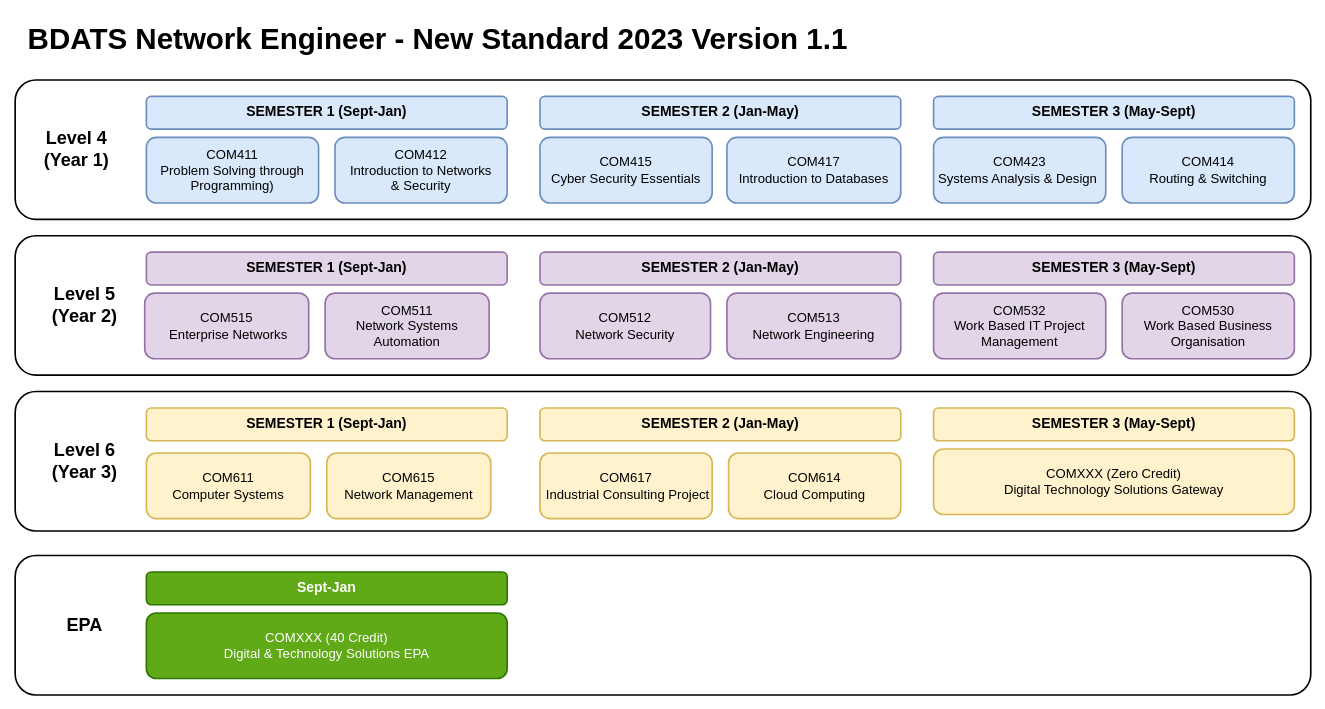
Above: page "BDATS_NETWORK" (3 of 4) of BDATS_SEM_1_2023-24.drawio in martinsolent/solent_diagrams (draw.io), before the change. Source tidied: cells renumbered, new cells numbered last; positions are measured from the earlier drawing's top-left corner, leaving out a move shared by most shapes. Both pictures are drawn from the tidied source at 82%, with x=0, y=0 at pixel (15, 14).
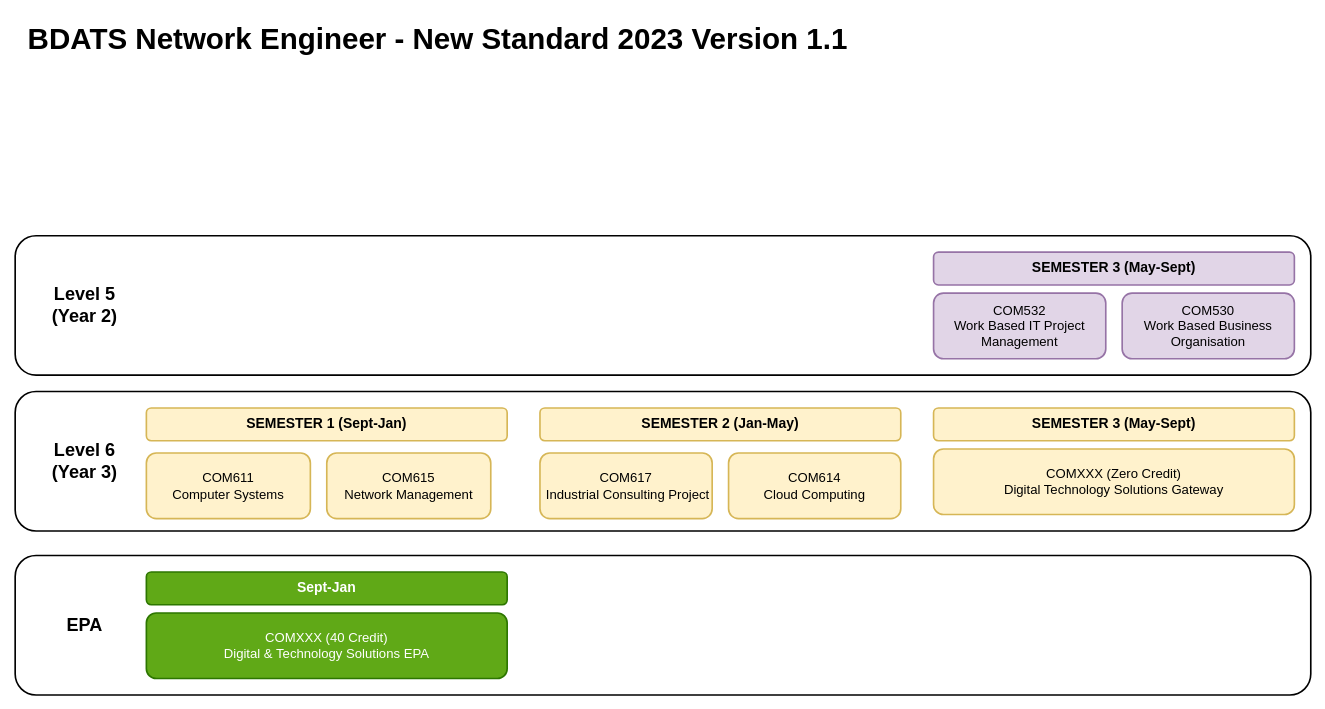
The same page after the edit.

Diff of the diagram source:
```diff
@@
-    <mxCell id="4" style="rounded=1;whiteSpace=wrap;html=1;strokeWidth=2;" parent="1" vertex="1">
-      <mxGeometry y="80" width="1580" height="170" as="geometry" />
-    </mxCell>
-    <mxCell id="5" value="&lt;font&gt;&lt;span style=&quot;font-size: 16px&quot;&gt;COM411&lt;br&gt;Problem Solving through Programming)&lt;/span&gt;&lt;/font&gt;" style="rounded=1;whiteSpace=wrap;html=1;fillColor=#dae8fc;strokeColor=#6c8ebf;strokeWidth=2;" parent="1" vertex="1">
-      <mxGeometry x="160" y="150" width="210" height="80" as="geometry" />
-    </mxCell>
-    <mxCell id="6" value="&lt;span style=&quot;font-size: 16px&quot;&gt;COM412&lt;br&gt;Introduction to Networks&lt;br&gt;&amp;amp; Security&lt;/span&gt;" style="rounded=1;whiteSpace=wrap;html=1;fillColor=#dae8fc;strokeColor=#6c8ebf;strokeWidth=2;" parent="1" vertex="1">
-      <mxGeometry x="390" y="150" width="210" height="80" as="geometry" />
-    </mxCell>
-    <mxCell id="7" value="&lt;font style=&quot;font-size: 17px;&quot;&gt;&lt;b&gt;SEMESTER 1 (Sept-Jan)&lt;/b&gt;&lt;/font&gt;" style="rounded=1;whiteSpace=wrap;html=1;fillColor=#dae8fc;strokeColor=#6c8ebf;strokeWidth=2;" parent="1" vertex="1">
-      <mxGeometry x="160" y="100" width="440" height="40" as="geometry" />
-    </mxCell>
-    <mxCell id="8" value="&lt;font style=&quot;font-size: 16px;&quot;&gt;COM417&lt;br style=&quot;border-color: var(--border-color);&quot;&gt;Introduction to Databases&lt;/font&gt;" style="rounded=1;whiteSpace=wrap;html=1;fillColor=#dae8fc;strokeColor=#6c8ebf;strokeWidth=2;" parent="1" vertex="1">
-      <mxGeometry x="868" y="150" width="212" height="80" as="geometry" />
-    </mxCell>
-    <mxCell id="9" value="&lt;b style=&quot;border-color: var(--border-color); font-size: 17px;&quot;&gt;SEMESTER 2 (Jan-May)&lt;/b&gt;" style="rounded=1;whiteSpace=wrap;html=1;fillColor=#dae8fc;strokeColor=#6c8ebf;strokeWidth=2;" parent="1" vertex="1">
-      <mxGeometry x="640" y="100" width="440" height="40" as="geometry" />
-    </mxCell>
-    <mxCell id="10" value="&lt;font style=&quot;font-size: 16px;&quot;&gt;COM423&lt;br style=&quot;border-color: var(--border-color);&quot;&gt;Systems Analysis &amp;amp; Design&amp;nbsp;&lt;span style=&quot;font-size: 16px&quot;&gt;&lt;br&gt;&lt;/span&gt;&lt;/font&gt;" style="rounded=1;whiteSpace=wrap;html=1;fillColor=#dae8fc;strokeColor=#6c8ebf;strokeWidth=2;" parent="1" vertex="1">
-      <mxGeometry x="1120" y="150" width="210" height="80" as="geometry" />
-    </mxCell>
-    <mxCell id="11" value="&lt;b style=&quot;border-color: var(--border-color); font-size: 17px;&quot;&gt;SEMESTER 3 (May-Sept)&lt;/b&gt;" style="rounded=1;whiteSpace=wrap;html=1;fillColor=#dae8fc;strokeColor=#6c8ebf;strokeWidth=2;" parent="1" vertex="1">
-      <mxGeometry x="1120" y="100" width="440" height="40" as="geometry" />
-    </mxCell>
-    <mxCell id="12" value="&lt;font style=&quot;font-size: 17px;&quot;&gt;&lt;b&gt;SEMESTER 1 (Sept-Jan)&lt;/b&gt;&lt;/font&gt;" style="rounded=1;whiteSpace=wrap;html=1;fillColor=#e1d5e7;strokeColor=#9673a6;strokeWidth=2;" parent="1" vertex="1">
-      <mxGeometry x="160" y="290" width="440" height="40" as="geometry" />
-    </mxCell>
-    <mxCell id="13" value="&lt;b style=&quot;border-color: var(--border-color); font-size: 17px;&quot;&gt;SEMESTER 2 (Jan-May)&lt;/b&gt;" style="rounded=1;whiteSpace=wrap;html=1;fillColor=#e1d5e7;strokeColor=#9673a6;strokeWidth=2;" parent="1" vertex="1">
-      <mxGeometry x="640" y="290" width="440" height="40" as="geometry" />
-    </mxCell>
@@
-    <mxCell id="18" value="&lt;b style=&quot;font-size: 22px;&quot;&gt;Level 4&lt;br&gt;(Year 1)&lt;/b&gt;" style="text;html=1;align=center;verticalAlign=middle;whiteSpace=wrap;rounded=0;" parent="1" vertex="1">
-      <mxGeometry x="20" y="135" width="110" height="60" as="geometry" />
-    </mxCell>
@@
-    <mxCell id="30" value="&lt;font&gt;&lt;span style=&quot;font-size: 16px&quot;&gt;COM515&lt;br&gt;&amp;nbsp;Enterprise Networks&lt;br&gt;&lt;/span&gt;&lt;/font&gt;" style="rounded=1;whiteSpace=wrap;html=1;fillColor=#e1d5e7;strokeColor=#9673a6;strokeWidth=2;" parent="1" vertex="1">
-      <mxGeometry x="158" y="340" width="200" height="80" as="geometry" />
-    </mxCell>
-    <mxCell id="31" value="&lt;span style=&quot;font-size: 16px;&quot;&gt;COM511&lt;br&gt;Network Systems Automation&lt;/span&gt;" style="rounded=1;whiteSpace=wrap;html=1;fillColor=#e1d5e7;strokeColor=#9673a6;strokeWidth=2;" parent="1" vertex="1">
-      <mxGeometry x="378" y="340" width="200" height="80" as="geometry" />
-    </mxCell>
@@
-    <mxCell id="34" value="&lt;font style=&quot;font-size: 16px;&quot;&gt;COM512&lt;br&gt;Network Security&lt;span style=&quot;font-size: 16px&quot;&gt;&lt;br&gt;&lt;/span&gt;&lt;/font&gt;" style="rounded=1;whiteSpace=wrap;html=1;fillColor=#e1d5e7;strokeColor=#9673a6;strokeWidth=2;" parent="1" vertex="1">
-      <mxGeometry x="640" y="340" width="208" height="80" as="geometry" />
-    </mxCell>
-    <mxCell id="35" value="&lt;font style=&quot;font-size: 16px;&quot;&gt;COM513&lt;br&gt;Network Engineering&lt;/font&gt;" style="rounded=1;whiteSpace=wrap;html=1;fillColor=#e1d5e7;strokeColor=#9673a6;strokeWidth=2;" parent="1" vertex="1">
-      <mxGeometry x="868" y="340" width="212" height="80" as="geometry" />
-    </mxCell>
@@
-    <mxCell id="37" value="&lt;font style=&quot;font-size: 16px;&quot;&gt;COM414&lt;br&gt;Routing &amp;amp; Switching&lt;/font&gt;" style="rounded=1;whiteSpace=wrap;html=1;fillColor=#dae8fc;strokeColor=#6c8ebf;strokeWidth=2;" parent="1" vertex="1">
-      <mxGeometry x="1350" y="150" width="210" height="80" as="geometry" />
-    </mxCell>
-    <mxCell id="38" value="&lt;font style=&quot;font-size: 16px;&quot;&gt;COM415&lt;br style=&quot;border-color: var(--border-color);&quot;&gt;Cyber Security Essentials&lt;span style=&quot;font-size: 16px&quot;&gt;&lt;br&gt;&lt;/span&gt;&lt;/font&gt;" style="rounded=1;whiteSpace=wrap;html=1;fillColor=#dae8fc;strokeColor=#6c8ebf;strokeWidth=2;" parent="1" vertex="1">
-      <mxGeometry x="640" y="150" width="210" height="80" as="geometry" />
-    </mxCell>
```
